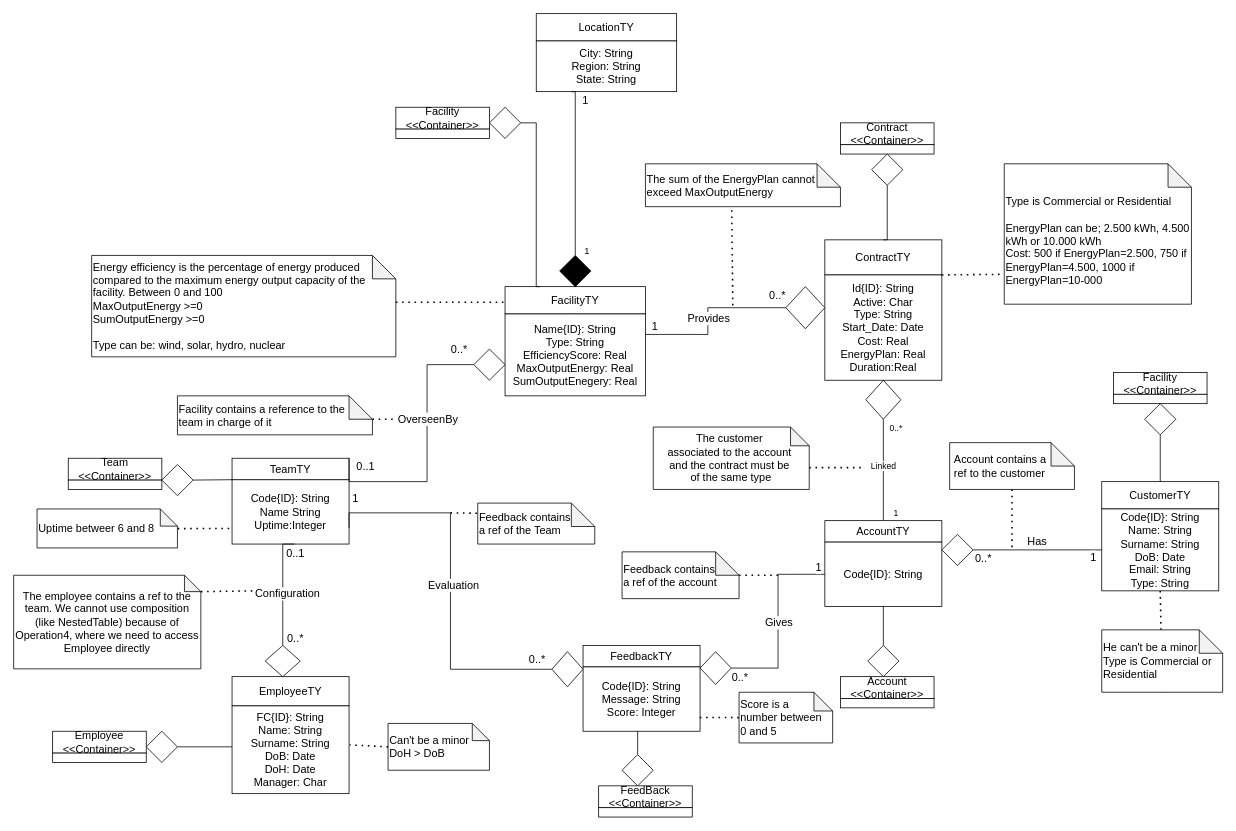
Fonty02/DBSystems keeps this draw.io diagram as Exam/Documentation/Draw/UML.drawio. Above is the earlier version. Source tidied: cells renumbered, new cells numbered last; positions are measured from the earlier drawing's top-left corner, leaving out a move shared by most shapes. Both pictures are drawn from the tidied source at 78%, with x=0, y=0 at pixel (13, 13).
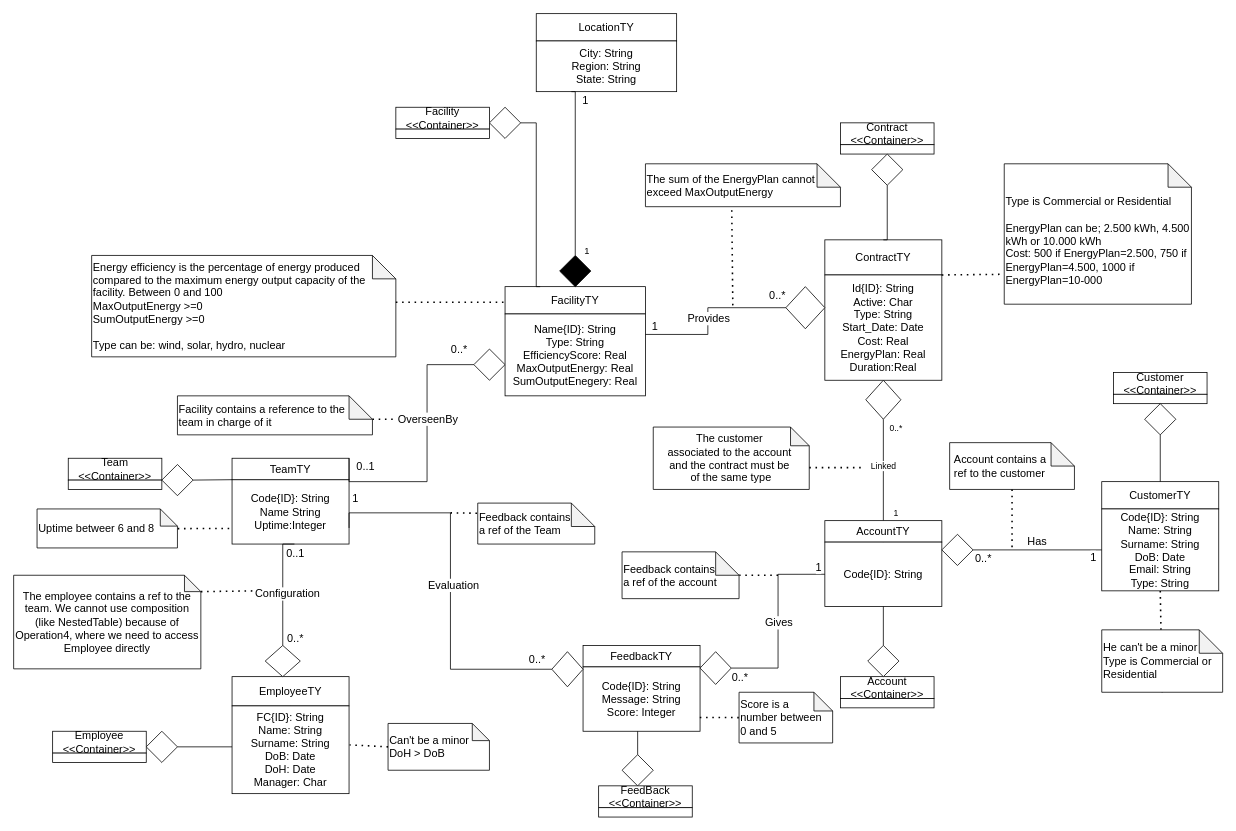
The same diagram, later.

The change refers to these unchanged cells:
```xml
<mxCell id="53" style="group;fontSize=14;" parent="1" vertex="1">
  <mxGeometry x="1410" y="460" width="120" height="40" as="geometry" />
</mxCell>
```

What changed in the source:
```diff
@@
-    <mxCell id="54" value="Facility&lt;div&gt;&amp;lt;&amp;lt;Container&amp;gt;&amp;gt;&lt;/div&gt;" style="rounded=0;whiteSpace=wrap;html=1;fontSize=14;" parent="53" vertex="1">
+    <mxCell id="54" value="Customer&lt;br&gt;&lt;div&gt;&amp;lt;&amp;lt;Container&amp;gt;&amp;gt;&lt;/div&gt;" style="rounded=0;whiteSpace=wrap;html=1;fontSize=14;" parent="53" vertex="1">
       <mxGeometry width="120" height="28" as="geometry" />
     </mxCell>
```
